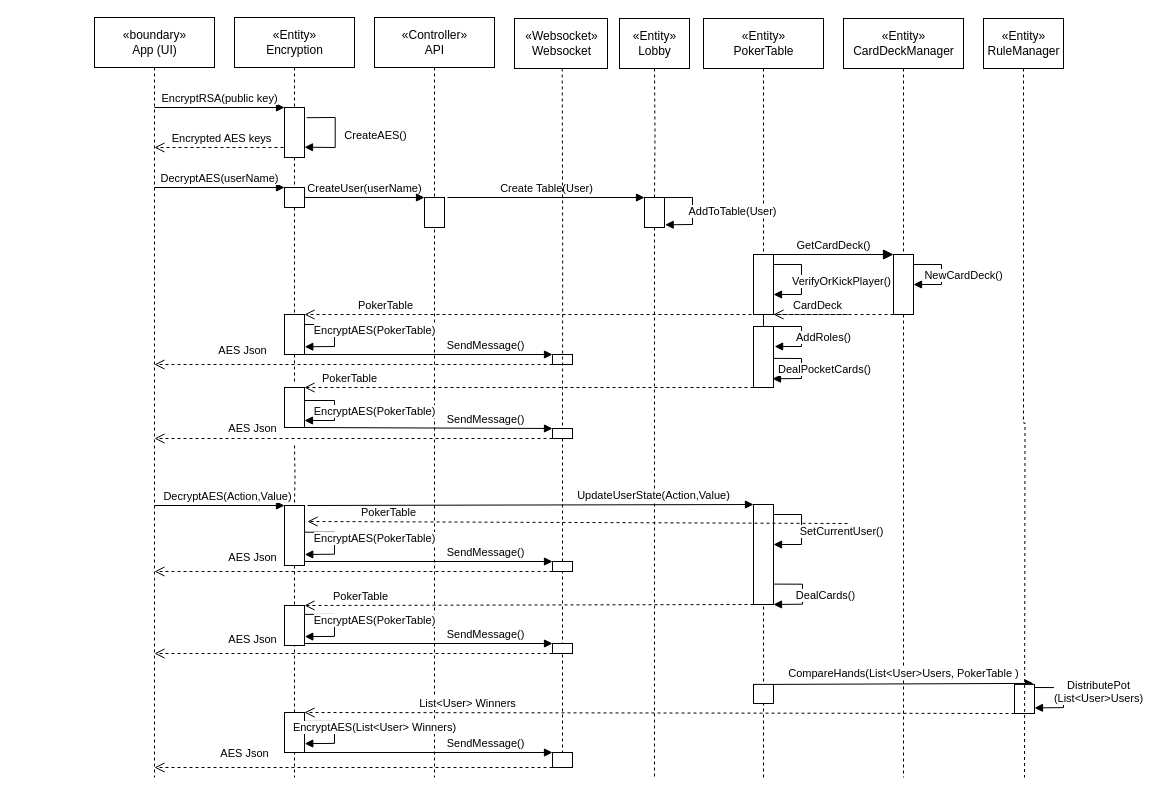
Above: Dokumentation/Sekvensdiagram.drawio in AndreasBollNielsen/PinkLadiesPoker_GameEngine (draw.io), before the change. Source tidied: cells renumbered, new cells numbered last; positions are measured from the earlier drawing's top-left corner, leaving out a move shared by most shapes. Both pictures are drawn from the tidied source at 100%, with x=0, y=0 at pixel (94, 17).
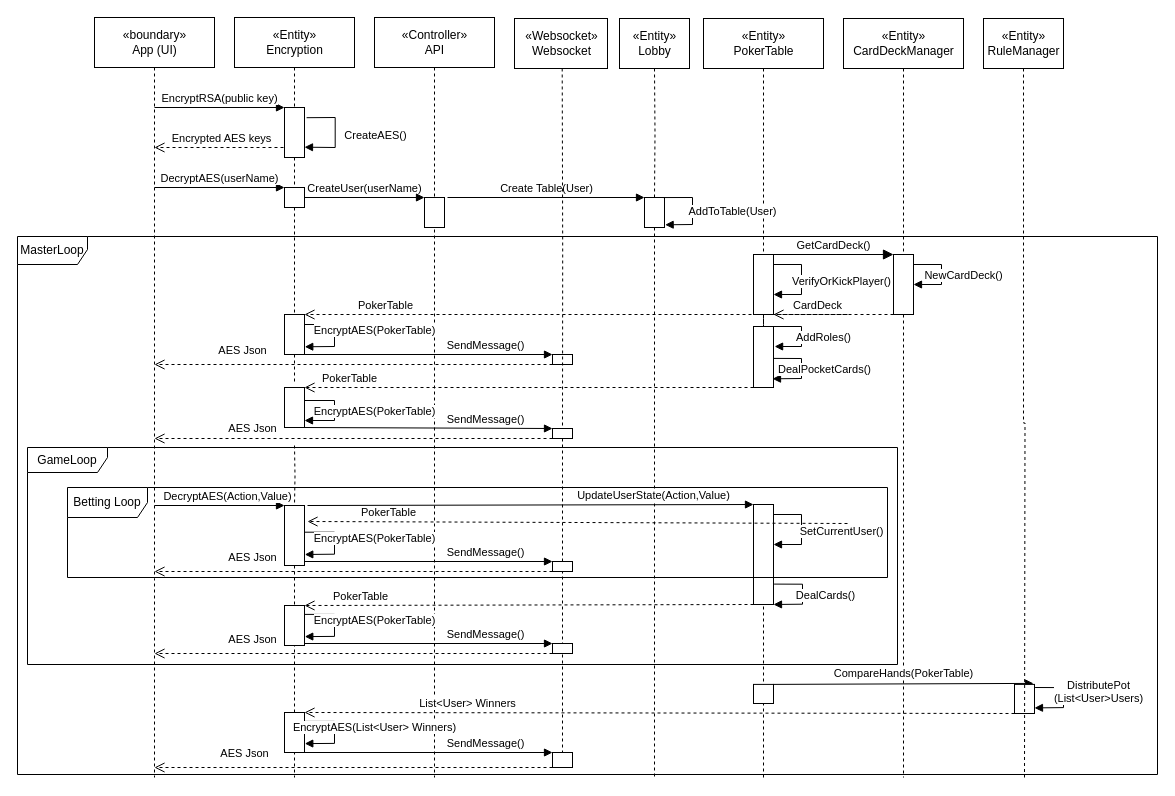
After the change.

Commit message:
updated sequence diagram

The change refers to these unchanged cells:
```xml
<mxCell id="54" style="rounded=0;whiteSpace=wrap;html=1;" parent="1" vertex="1">
  <mxGeometry x="659" y="666.9" width="20" height="19.1" as="geometry" />
</mxCell>
```

Change to the diagram source:
```diff
@@
-    <mxCell id="75" value="CompareHands(List&amp;lt;User&amp;gt;Users, PokerTable )" style="html=1;verticalAlign=bottom;endArrow=block;rounded=0;exitX=1;exitY=0;exitDx=0;exitDy=0;" parent="1" edge="1" source="54">
+    <mxCell id="75" value="CompareHands(PokerTable)" style="html=1;verticalAlign=bottom;endArrow=block;rounded=0;exitX=1;exitY=0;exitDx=0;exitDy=0;" parent="1" edge="1" source="54">
       <mxGeometry relative="1" as="geometry">
         <mxPoint x="939" y="665.9" as="targetPoint" />
         <mxPoint y="-1" as="offset" />
       </mxGeometry>
     </mxCell>
@@
+    <mxCell id="87" parent="0" />
+    <mxCell id="88" value="Betting Loop" style="shape=umlFrame;whiteSpace=wrap;html=1;width=80;height=30;" parent="87" vertex="1">
+      <mxGeometry x="-27" y="470" width="820" height="90" as="geometry" />
+    </mxCell>
+    <mxCell id="89" parent="0" />
+    <mxCell id="90" value="GameLoop" style="shape=umlFrame;whiteSpace=wrap;html=1;width=80;height=25;" parent="89" vertex="1">
+      <mxGeometry x="-67" y="430" width="870" height="217" as="geometry" />
+    </mxCell>
+    <mxCell id="91" parent="0" />
+    <mxCell id="92" value="MasterLoop" style="shape=umlFrame;whiteSpace=wrap;html=1;width=70;height=28;" parent="91" vertex="1">
+      <mxGeometry x="-77" y="219" width="1140" height="538" as="geometry" />
+    </mxCell>
```
